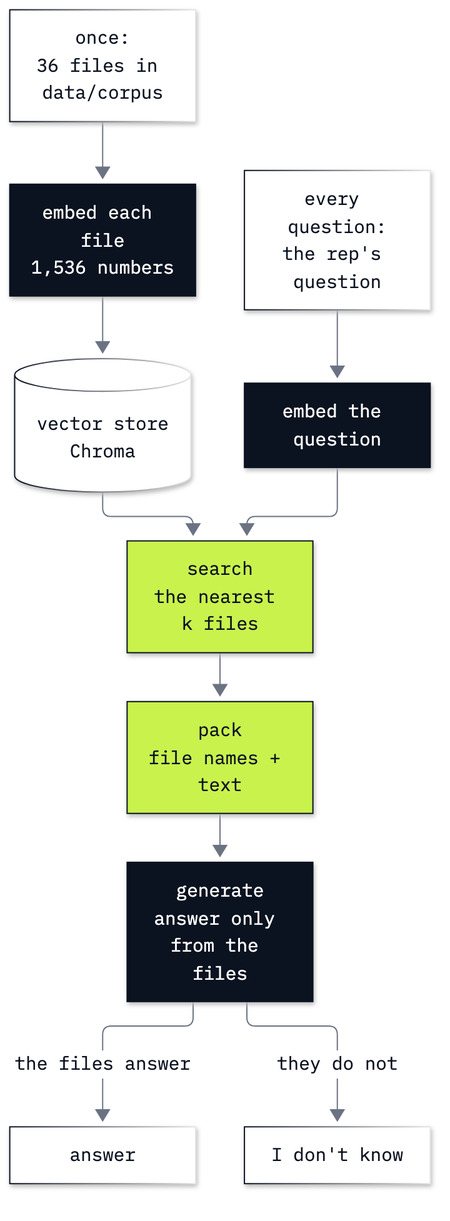
tatwan/ai_agents_course keeps this Mermaid diagram as 12_Retrieval/resources/lab12_retrieve_then_generate.png. Above is the earlier version. Its source is kept beside it as 12_Retrieval/resources/lab12_retrieve_then_generate.mmd. The source it was exported from:
```mermaid
%%{init: {"theme": "base", "flowchart": {"curve": "basis", "nodeSpacing": 34, "rankSpacing": 40}, "themeVariables": {"fontFamily": "IBM Plex Mono, monospace", "fontSize": "15px", "primaryColor": "#FFFFFF", "primaryBorderColor": "#0B1220", "primaryTextColor": "#0B1220", "lineColor": "#6B7383", "clusterBkg": "#F4F5F7", "clusterBorder": "#6B7383"}}}%%
flowchart TB
    files[once:<br/>36 files in data/corpus] --> embedF[embed each file<br/>1,536 numbers]
    embedF --> store[(vector store<br/>Chroma)]
    question[every question:<br/>the rep's question] --> embedQ[embed the question]
    store --> search[search<br/>the nearest k files]
    embedQ --> search
    search --> pack[pack<br/>file names + text]
    pack --> generate[generate<br/>answer only from the files]
    generate -->|the files answer| answer[answer]
    generate -->|they do not| refuse[I don't know]
    classDef model fill:#0B1220,color:#FFFFFF,stroke:#0B1220
    classDef code fill:#C9F24D,color:#0B1220,stroke:#0B1220
    class embedF,embedQ,generate model
    class search,pack code
```
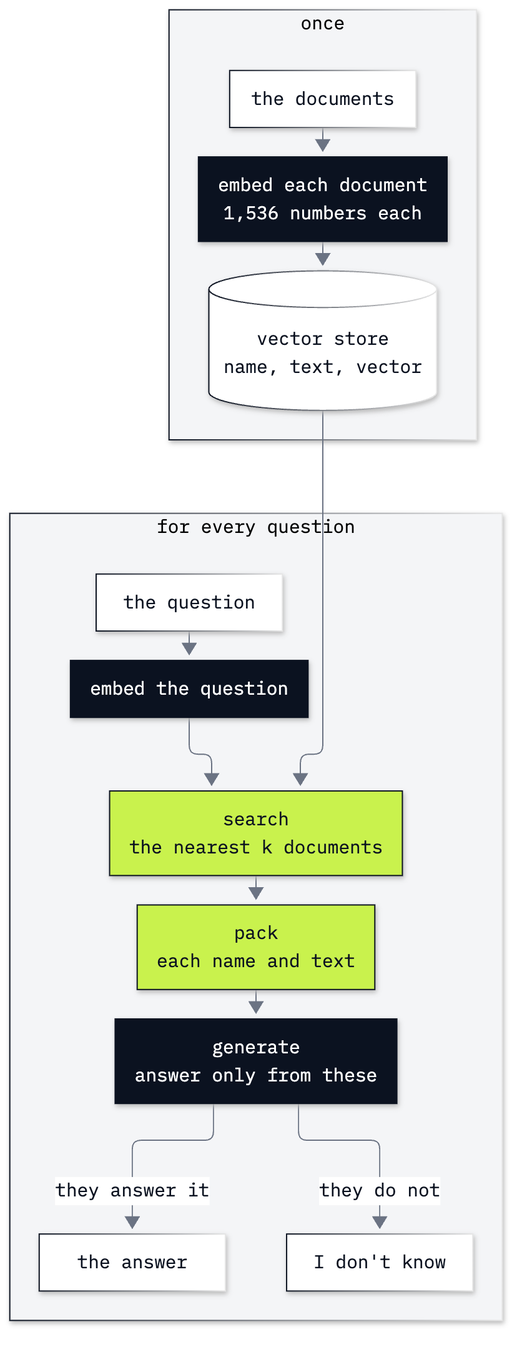
Later version of the same file.

Change to the diagram source:
```diff
@@ -1,15 +1,19 @@
-%%{init: {"theme": "base", "flowchart": {"curve": "basis", "nodeSpacing": 34, "rankSpacing": 40}, "themeVariables": {"fontFamily": "IBM Plex Mono, monospace", "fontSize": "15px", "primaryColor": "#FFFFFF", "primaryBorderColor": "#0B1220", "primaryTextColor": "#0B1220", "lineColor": "#6B7383", "clusterBkg": "#F4F5F7", "clusterBorder": "#6B7383"}}}%%
+%%{init: {"theme": "base", "flowchart": {"curve": "basis", "nodeSpacing": 34, "rankSpacing": 40, "wrappingWidth": 420}, "themeVariables": {"fontFamily": "IBM Plex Mono, monospace", "fontSize": "15px", "primaryColor": "#FFFFFF", "primaryBorderColor": "#0B1220", "primaryTextColor": "#0B1220", "lineColor": "#6B7383", "clusterBkg": "#F4F5F7", "clusterBorder": "#6B7383"}}}%%
 flowchart TB
-    files[once:<br/>36 files in data/corpus] --> embedF[embed each file<br/>1,536 numbers]
-    embedF --> store[(vector store<br/>Chroma)]
-    question[every question:<br/>the rep's question] --> embedQ[embed the question]
-    store --> search[search<br/>the nearest k files]
-    embedQ --> search
-    search --> pack[pack<br/>file names + text]
-    pack --> generate[generate<br/>answer only from the files]
-    generate -->|the files answer| answer[answer]
-    generate -->|they do not| refuse[I don't know]
+    subgraph once [once]
+        docs[the documents] --> embedD[embed each document<br/>1,536 numbers each]
+        embedD --> store[(vector store<br/>name, text, vector)]
+    end
+    subgraph every [for every question]
+        question[the question] --> embedQ[embed the question]
+        embedQ --> search[search<br/>the nearest k documents]
+        search --> pack[pack<br/>each name and text]
+        pack --> generate[generate<br/>answer only from these]
+        generate -->|they answer it| answer[the answer]
+        generate -->|they do not| refuse[I don't know]
+    end
+    store --> search
     classDef model fill:#0B1220,color:#FFFFFF,stroke:#0B1220
     classDef code fill:#C9F24D,color:#0B1220,stroke:#0B1220
-    class embedF,embedQ,generate model
+    class embedD,embedQ,generate model
     class search,pack code
```
